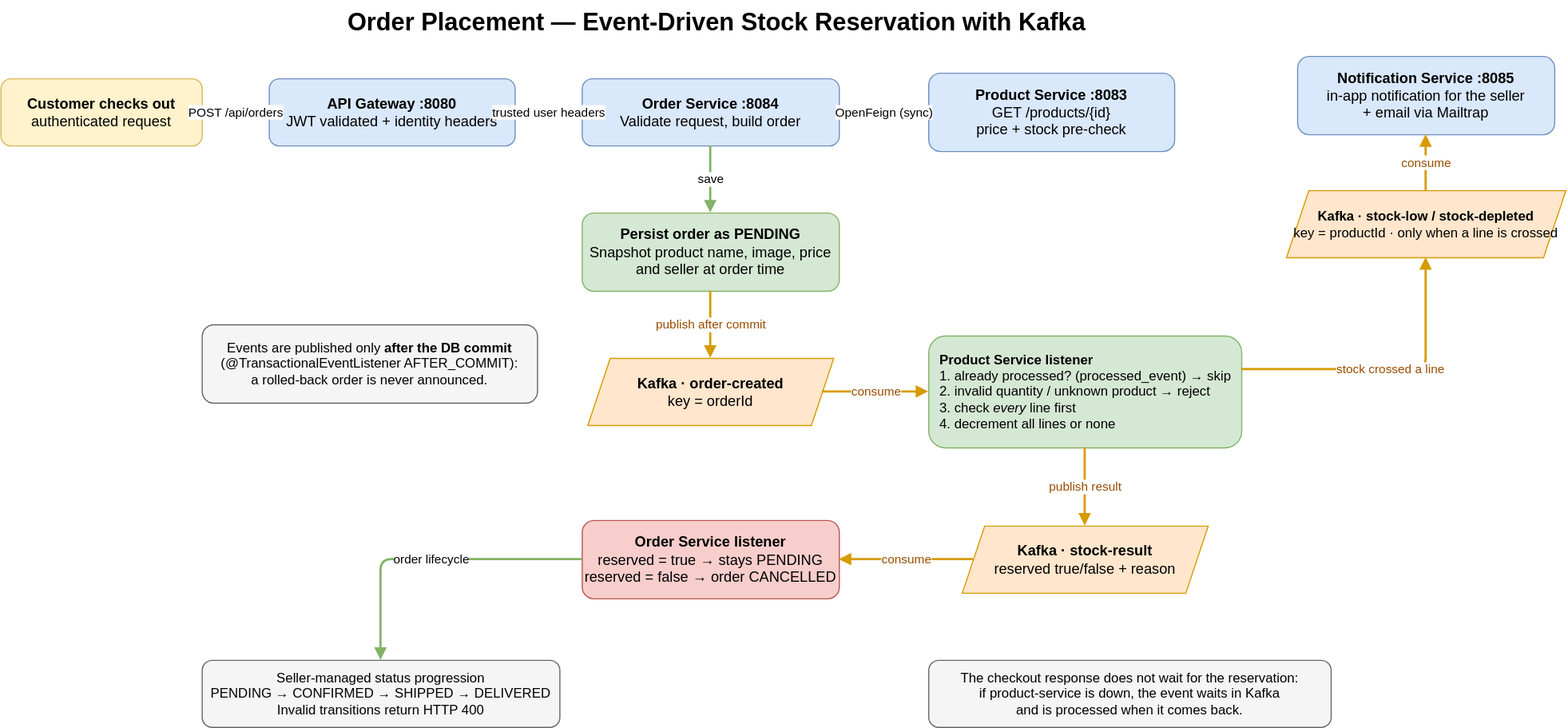
Earlier version of the draw.io export docs/diagrams/order-flow.svg (KhaldounDamach2/kh-ecommerce-microservices). Source tidied: cells renumbered, new cells last; positions are measured from the earlier drawing's top-left corner, leaving out a move shared by most shapes.
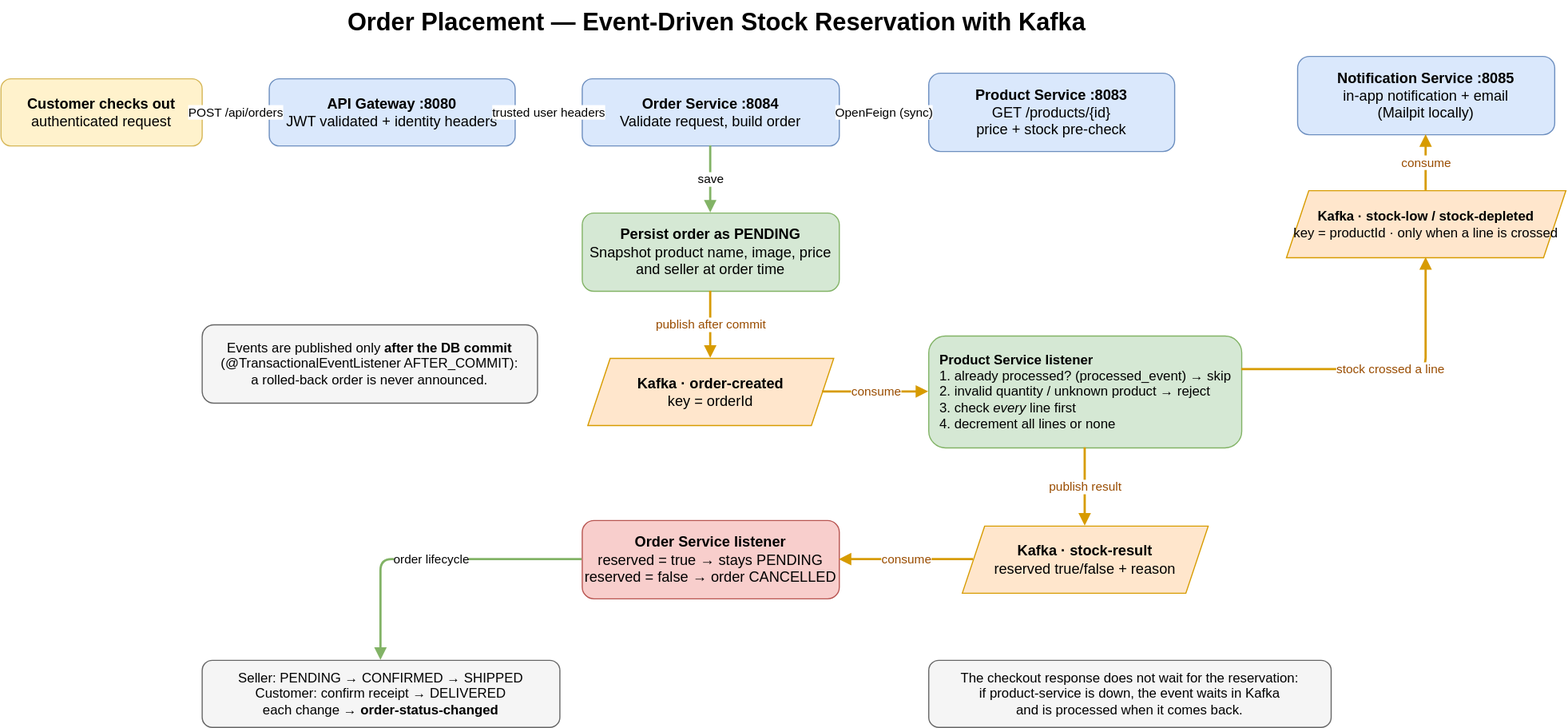
Above is the later version.

Commit message:
Step N5: tests and docs for order status notifications

The edit, as a diff of the source:
```diff
@@ -32,13 +32,13 @@
     <mxCell id="11" value="&lt;b&gt;Order Service listener&lt;/b&gt;&lt;br&gt;reserved = true → stays PENDING&lt;br&gt;reserved = false → order CANCELLED" style="rounded=1;whiteSpace=wrap;html=1;fillColor=#f8cecc;strokeColor=#b85450;fontSize=13;" parent="1" vertex="1">
       <mxGeometry x="520" y="465" width="230" height="70" as="geometry" />
     </mxCell>
-    <mxCell id="12" value="Seller-managed status progression&lt;br&gt;PENDING → CONFIRMED → SHIPPED → DELIVERED&lt;br&gt;Invalid transitions return HTTP 400" style="rounded=1;whiteSpace=wrap;html=1;fillColor=#f5f5f5;strokeColor=#666666;fontSize=12;" parent="1" vertex="1">
+    <mxCell id="12" value="Seller: PENDING → CONFIRMED → SHIPPED&lt;br&gt;Customer: confirm receipt → DELIVERED&lt;br&gt;each change → &lt;b&gt;order-status-changed&lt;/b&gt;" style="rounded=1;whiteSpace=wrap;html=1;fillColor=#f5f5f5;strokeColor=#666666;fontSize=12;" parent="1" vertex="1">
       <mxGeometry x="180" y="590" width="320" height="60" as="geometry" />
     </mxCell>
     <mxCell id="13" value="&lt;b&gt;Kafka · stock-low / stock-depleted&lt;/b&gt;&lt;br&gt;key = productId · only when a line is crossed" style="shape=parallelogram;perimeter=parallelogramPerimeter;whiteSpace=wrap;html=1;fixedSize=1;fillColor=#ffe6cc;strokeColor=#d79b00;fontSize=12;" parent="1" vertex="1">
       <mxGeometry x="1150" y="170" width="250" height="60" as="geometry" />
     </mxCell>
-    <mxCell id="14" value="&lt;b&gt;Notification Service :8085&lt;/b&gt;&lt;br&gt;in-app notification for the seller&lt;br&gt;+ email via Mailtrap" style="rounded=1;whiteSpace=wrap;html=1;fillColor=#dae8fc;strokeColor=#6c8ebf;fontSize=13;" parent="1" vertex="1">
+    <mxCell id="14" value="&lt;b&gt;Notification Service :8085&lt;/b&gt;&lt;br&gt;in-app notification + email&lt;br&gt;(Mailpit locally)" style="rounded=1;whiteSpace=wrap;html=1;fillColor=#dae8fc;strokeColor=#6c8ebf;fontSize=13;" parent="1" vertex="1">
       <mxGeometry x="1160" y="50" width="230" height="70" as="geometry" />
     </mxCell>
     <mxCell id="15" value="Events are published only &lt;b&gt;after the DB commit&lt;/b&gt;&lt;br&gt;(@TransactionalEventListener AFTER_COMMIT):&lt;br&gt;a rolled-back order is never announced." style="rounded=1;whiteSpace=wrap;html=1;fillColor=#f5f5f5;strokeColor=#666666;fontSize=12;" parent="1" vertex="1">
```
